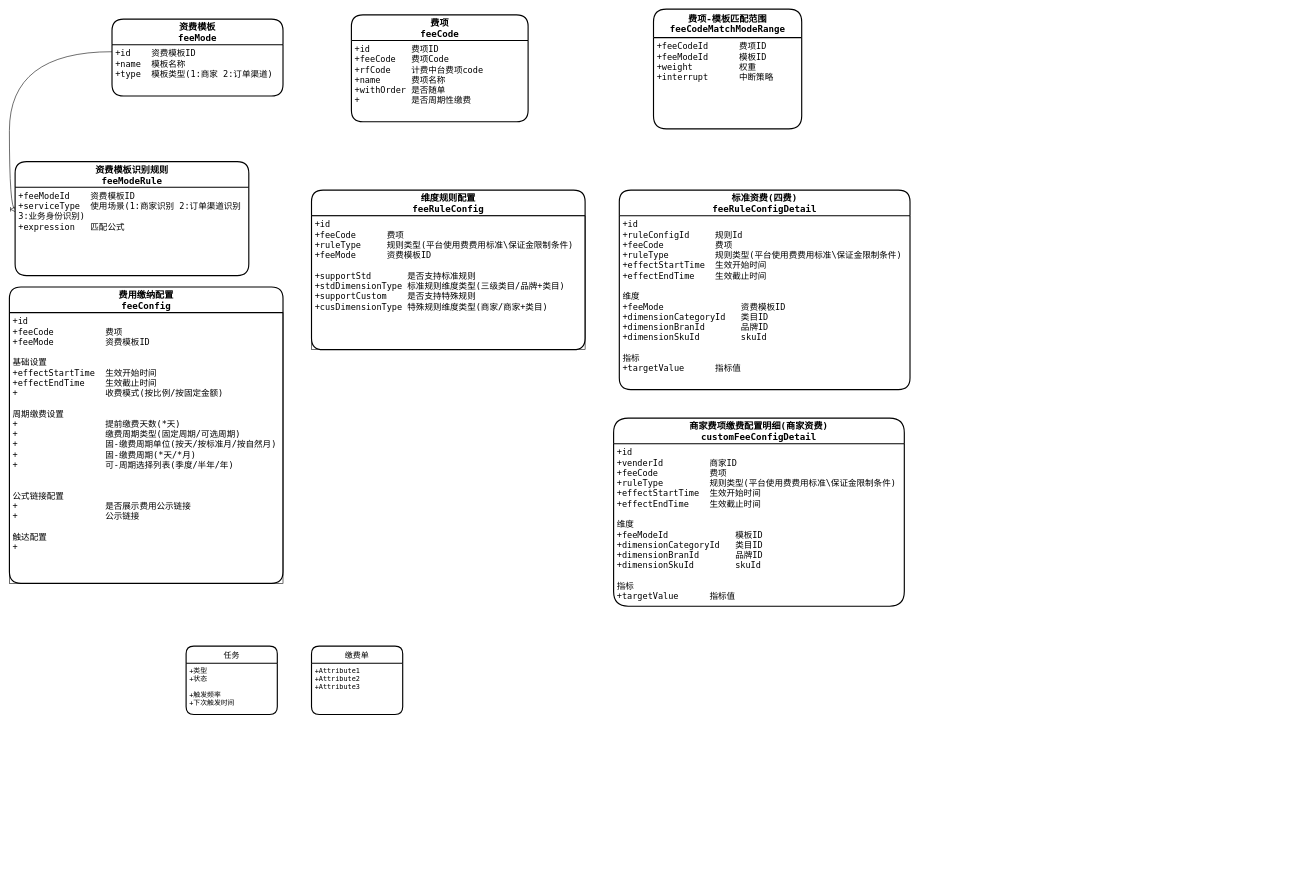
Before: 缴费平台ER图.drawio in RubberBoy/some, a draw.io diagram. Source tidied: cells renumbered, new cells numbered last; positions are measured from the earlier drawing's top-left corner, leaving out a move shared by most shapes. Both pictures are drawn from the tidied source at 57%, with x=0, y=0 at pixel (9, 9).
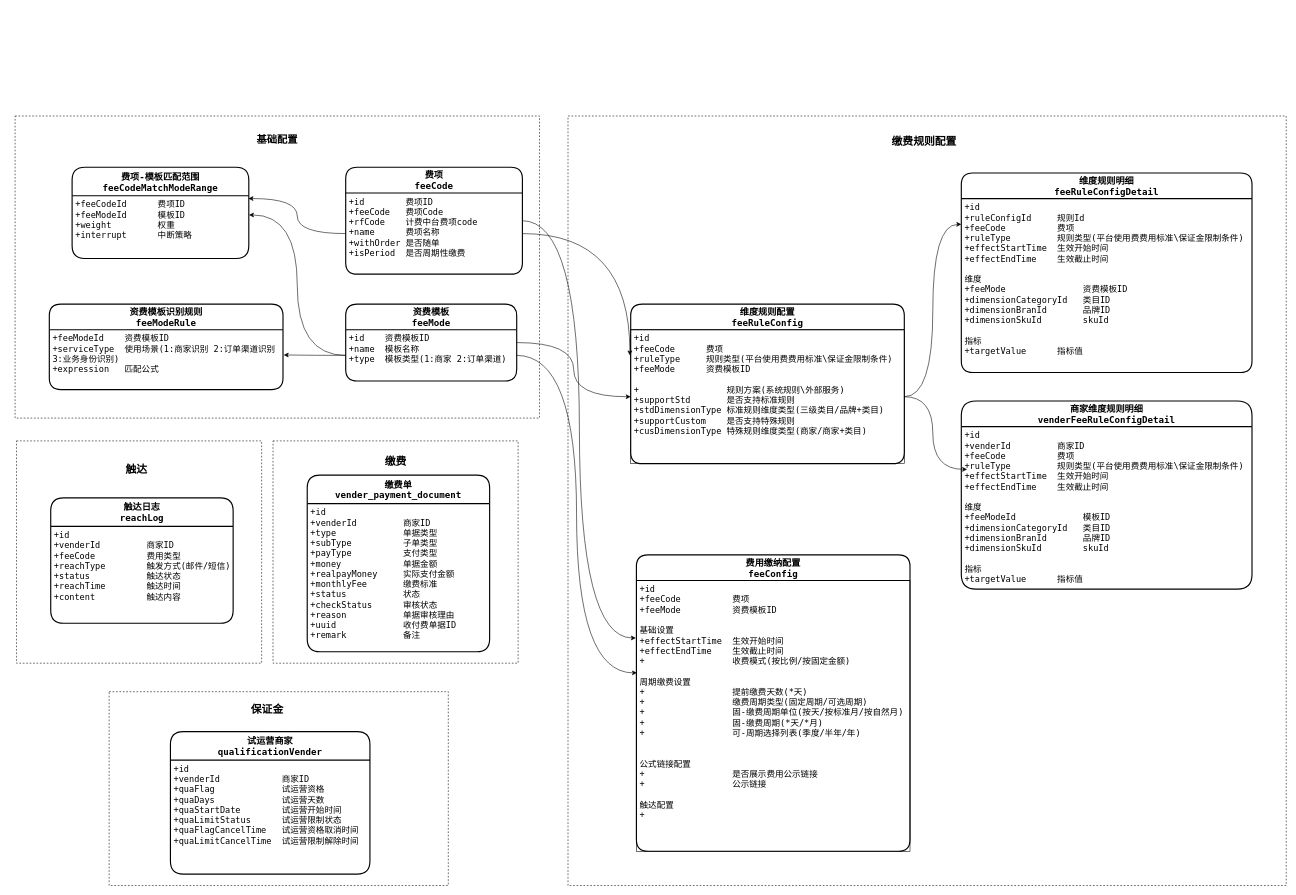
After the change.

Commit message:
更新缴费平台ER图.drawio

Unchanged cells that the change refers to:
```xml
<mxCell id="3" value="+id    资费模板ID&#10;+name  模板名称&#10;+type  模板类型(1:商家 2:订单渠道)" style="align=left;strokeColor=none;fillColor=none;spacingLeft=4;fontSize=15;verticalAlign=top;fontFamily=Menlo;" parent="2" vertex="1">
  <mxGeometry y="45" width="300" height="90" as="geometry" />
</mxCell>
<mxCell id="8" value="+id&#10;+feeCode          费项&#10;+feeMode          资费模板ID&#10;&#10;基础设置&#10;+effectStartTime  生效开始时间&#10;+effectEndTime    生效截止时间&#10;+                 收费模式(按比例/按固定金额)&#10;&#10;周期缴费设置&#10;+                 提前缴费天数(*天)&#10;+                 缴费周期类型(固定周期/可选周期)&#10;+                 固-缴费周期单位(按天/按标准月/按自然月)&#10;+                 固-缴费周期(*天/*月)&#10;+                 可-周期选择列表(季度/半年/年)&#10;&#10;&#10;公式链接配置&#10;+                 是否展示费用公示链接&#10;+                 公示链接&#10;&#10;触达配置&#10;+                 &#10;&#10;&#10;" style="align=left;strokeColor=#000000;fillColor=none;spacingLeft=4;fontSize=15;verticalAlign=top;fontFamily=Menlo;fontColor=#000000;" parent="7" vertex="1">
  <mxGeometry y="45" width="480" height="475" as="geometry" />
</mxCell>
<mxCell id="12" value="+id&#10;+ruleConfigId     规则Id&#10;+feeCode          费项&#10;+ruleType         规则类型(平台使用费费用标准\保证金限制条件)&#10;+effectStartTime  生效开始时间&#10;+effectEndTime    生效截止时间&#10;&#10;维度&#10;+feeMode               资费模板ID&#10;+dimensionCategoryId   类目ID&#10;+dimensionBranId       品牌ID&#10;+dimensionSkuId        skuId&#10;&#10;指标&#10;+targetValue      指标值" style="align=left;strokeColor=none;fillColor=none;spacingLeft=4;fontSize=15;verticalAlign=top;fontFamily=Menlo;" parent="11" vertex="1">
  <mxGeometry y="45" width="510" height="305" as="geometry" />
</mxCell>
<mxCell id="14" value="+id&#10;+venderId         商家ID&#10;+feeCode          费项&#10;+ruleType         规则类型(平台使用费费用标准\保证金限制条件)&#10;+effectStartTime  生效开始时间&#10;+effectEndTime    生效截止时间&#10;&#10;维度&#10;+feeModeId             模板ID&#10;+dimensionCategoryId   类目ID&#10;+dimensionBranId       品牌ID&#10;+dimensionSkuId        skuId&#10;&#10;指标&#10;+targetValue      指标值&#10;" style="align=left;strokeColor=none;fillColor=none;spacingLeft=4;fontSize=15;verticalAlign=top;fontFamily=Menlo;" parent="13" vertex="1">
  <mxGeometry y="45" width="510" height="285" as="geometry" />
</mxCell>
```

What changed in the source:
```diff
@@
+    <mxCell id="23" style="rounded=0;whiteSpace=wrap;html=1;dashed=1;strokeColor=#000000;fontFamily=Menlo;fontSize=16;" parent="1" vertex="1">
+      <mxGeometry x="175" y="1198" width="595" height="340" as="geometry" />
+    </mxCell>
+    <mxCell id="24" style="rounded=0;whiteSpace=wrap;html=1;dashed=1;strokeColor=#000000;fontFamily=Menlo;fontSize=19;" parent="1" vertex="1">
+      <mxGeometry x="462.5" y="758" width="430" height="390" as="geometry" />
+    </mxCell>
+    <mxCell id="25" style="rounded=0;whiteSpace=wrap;html=1;dashed=1;strokeColor=#000000;fontFamily=Menlo;fontSize=18;" parent="1" vertex="1">
+      <mxGeometry x="980" y="188" width="1260" height="1350" as="geometry" />
+    </mxCell>
+    <mxCell id="26" style="rounded=0;whiteSpace=wrap;html=1;strokeColor=#000000;fontFamily=Menlo;fontSize=16;dashed=1;" parent="1" vertex="1">
+      <mxGeometry x="10" y="188" width="920" height="530" as="geometry" />
+    </mxCell>
     <mxCell id="2" value="资费模板&#10;feeMode" style="swimlane;horizontal=1;startSize=45;rounded=1;fontSize=16;fontStyle=1;strokeWidth=2;shadow=0;dashed=0;align=center;fontFamily=Menlo;" parent="1" vertex="1">
-      <mxGeometry x="180" y="18" width="300" height="135" as="geometry" />
+      <mxGeometry x="590" y="518" width="300" height="135" as="geometry" />
     </mxCell>
@@
     <mxCell id="4" value="资费模板识别规则&#10;feeModeRule" style="swimlane;horizontal=1;startSize=45;rounded=1;fontSize=16;fontStyle=1;strokeWidth=2;shadow=0;dashed=0;align=center;fontFamily=Menlo;" parent="1" vertex="1">
-      <mxGeometry x="10" y="268" width="410" height="200" as="geometry" />
+      <mxGeometry x="70" y="518" width="410" height="150" as="geometry" />
     </mxCell>
     <mxCell id="5" value="+feeModeId    资费模板ID&#10;+serviceType  使用场景(1:商家识别 2:订单渠道识别 &#10;3:业务身份识别)&#10;+expression   匹配公式" style="align=left;strokeColor=none;fillColor=none;spacingLeft=4;fontSize=15;verticalAlign=top;fontFamily=Menlo;" parent="4" vertex="1">
-      <mxGeometry y="45" width="410" height="155" as="geometry" />
+      <mxGeometry y="45" width="410" height="105" as="geometry" />
     </mxCell>
-    <mxCell id="6" style="edgeStyle=orthogonalEdgeStyle;fontSize=12;html=1;endArrow=ERoneToMany;rounded=0;fontFamily=Menlo;exitX=0;exitY=0.136;exitDx=0;exitDy=0;exitPerimeter=0;entryX=0;entryY=0.25;entryDx=0;entryDy=0;curved=1;" parent="1" edge="1" source="3" target="5">
-      <mxGeometry relative="1" as="geometry" />
-    </mxCell>
     <mxCell id="7" value="费用缴纳配置&#10;feeConfig" style="swimlane;horizontal=1;startSize=45;rounded=1;fontSize=16;fontStyle=1;strokeWidth=2;shadow=0;dashed=0;align=center;fontFamily=Menlo;strokeColor=#000000;" parent="1" vertex="1">
-      <mxGeometry y="488" width="480" height="520" as="geometry" />
+      <mxGeometry x="1100" y="958" width="480" height="520" as="geometry" />
     </mxCell>
@@
+    <mxCell id="27" style="edgeStyle=orthogonalEdgeStyle;curved=1;rounded=0;jettySize=auto;html=1;exitX=1;exitY=0.5;exitDx=0;exitDy=0;entryX=-0.002;entryY=0.212;entryDx=0;entryDy=0;entryPerimeter=0;fontFamily=Menlo;fontSize=15;" parent="1" edge="1" source="9" target="8">
+      <mxGeometry relative="1" as="geometry" />
+    </mxCell>
     <mxCell id="9" value="费项&#10;feeCode" style="swimlane;horizontal=1;startSize=45;rounded=1;fontSize=16;fontStyle=1;strokeWidth=2;shadow=0;dashed=0;align=center;fontFamily=Menlo;" parent="1" vertex="1">
-      <mxGeometry x="600" y="10.5" width="310" height="187.5" as="geometry" />
+      <mxGeometry x="590" y="278" width="310" height="187.5" as="geometry" />
     </mxCell>
-    <mxCell id="10" value="+id        费项ID&#10;+feeCode   费项Code&#10;+rfCode    计费中台费项code&#10;+name      费项名称&#10;+withOrder 是否随单&#10;+          是否周期性缴费" style="align=left;strokeColor=none;fillColor=none;spacingLeft=4;fontSize=15;verticalAlign=top;fontFamily=Menlo;" parent="9" vertex="1">
+    <mxCell id="10" value="+id        费项ID&#10;+feeCode   费项Code&#10;+rfCode    计费中台费项code&#10;+name      费项名称&#10;+withOrder 是否随单&#10;+isPeriod  是否周期性缴费" style="align=left;strokeColor=none;fillColor=none;spacingLeft=4;fontSize=15;verticalAlign=top;fontFamily=Menlo;" parent="9" vertex="1">
       <mxGeometry y="45" width="310" height="142.5" as="geometry" />
     </mxCell>
-    <mxCell id="11" value="标准资费(四费)&#10;feeRuleConfigDetail" style="swimlane;horizontal=1;startSize=45;rounded=1;fontSize=16;fontStyle=1;strokeWidth=2;shadow=0;dashed=0;align=center;fontFamily=Menlo;" parent="1" vertex="1">
-      <mxGeometry x="1070" y="318" width="510" height="350" as="geometry" />
+    <mxCell id="11" value="维度规则明细&#10;feeRuleConfigDetail" style="swimlane;horizontal=1;startSize=45;rounded=1;fontSize=16;fontStyle=1;strokeWidth=2;shadow=0;dashed=0;align=center;fontFamily=Menlo;" parent="1" vertex="1">
+      <mxGeometry x="1670" y="288" width="510" height="350" as="geometry" />
     </mxCell>
@@
-    <mxCell id="13" value="商家费项缴费配置明细(商家资费)&#10;customFeeConfigDetail" style="swimlane;horizontal=1;startSize=45;rounded=1;fontSize=16;fontStyle=1;strokeWidth=2;shadow=0;dashed=0;align=center;fontFamily=Menlo;arcSize=19;" parent="1" vertex="1">
-      <mxGeometry x="1060" y="718" width="510" height="330" as="geometry" />
+    <mxCell id="13" value="商家维度规则明细&#10;venderFeeRuleConfigDetail" style="swimlane;horizontal=1;startSize=45;rounded=1;fontSize=16;fontStyle=1;strokeWidth=2;shadow=0;dashed=0;align=center;fontFamily=Menlo;arcSize=19;" parent="1" vertex="1">
+      <mxGeometry x="1670" y="688" width="510" height="330" as="geometry" />
     </mxCell>
@@
     <mxCell id="15" value="费项-模板匹配范围&#10;feeCodeMatchModeRange" style="swimlane;horizontal=1;startSize=50;rounded=1;fontSize=16;fontStyle=1;strokeWidth=2;shadow=0;dashed=0;align=center;strokeColor=#000000;fontFamily=Menlo;" parent="1" vertex="1">
-      <mxGeometry x="1130" y="0.5" width="260" height="210" as="geometry" />
+      <mxGeometry x="110" y="278" width="310" height="160" as="geometry" />
     </mxCell>
     <mxCell id="16" value="+feeCodeId      费项ID&#10;+feeModeId      模板ID&#10;+weight         权重&#10;+interrupt      中断策略" style="align=left;strokeColor=none;fillColor=none;spacingLeft=4;fontSize=15;verticalAlign=top;fontFamily=Menlo;" parent="15" vertex="1">
-      <mxGeometry y="50" width="260" height="160" as="geometry" />
+      <mxGeometry y="50" width="310" height="110" as="geometry" />
     </mxCell>
-    <mxCell id="17" value="任务" style="swimlane;horizontal=1;startSize=30;rounded=1;fontSize=14;fontStyle=0;strokeWidth=2;shadow=0;dashed=0;align=center;strokeColor=#000000;fontFamily=Menlo;" parent="1" vertex="1">
-      <mxGeometry x="310" y="1118" width="160" height="120" as="geometry" />
-    </mxCell>
-    <mxCell id="18" value="+类型&#10;+状态&#10;&#10;+触发频率&#10;+下次触发时间" style="align=left;strokeColor=none;fillColor=none;spacingLeft=4;fontSize=12;verticalAlign=top;fontFamily=Menlo;" parent="17" vertex="1">
-      <mxGeometry y="30" width="160" height="90" as="geometry" />
-    </mxCell>
     <mxCell id="19" value="维度规则配置&#10;feeRuleConfig" style="swimlane;horizontal=1;startSize=45;rounded=1;fontSize=16;fontStyle=1;strokeWidth=2;shadow=0;dashed=0;align=center;fontFamily=Menlo;strokeColor=#000000;" parent="1" vertex="1">
-      <mxGeometry x="530" y="318" width="480" height="280" as="geometry" />
+      <mxGeometry x="1090" y="518" width="480" height="280" as="geometry" />
     </mxCell>
-    <mxCell id="20" value="+id&#10;+feeCode      费项&#10;+ruleType     规则类型(平台使用费费用标准\保证金限制条件)&#10;+feeMode      资费模板ID&#10;&#10;+supportStd       是否支持标准规则&#10;+stdDimensionType 标准规则维度类型(三级类目/品牌+类目)&#10;+supportCustom    是否支持特殊规则&#10;+cusDimensionType 特殊规则维度类型(商家/商家+类目)&#10;&#10;&#10;" style="align=left;strokeColor=#000000;fillColor=none;spacingLeft=4;fontSize=15;verticalAlign=top;fontFamily=Menlo;fontColor=#000000;" parent="19" vertex="1">
+    <mxCell id="20" value="+id&#10;+feeCode      费项&#10;+ruleType     规则类型(平台使用费费用标准\保证金限制条件)&#10;+feeMode      资费模板ID&#10;&#10;+                 规则方案(系统规则\外部服务)&#10;+supportStd       是否支持标准规则&#10;+stdDimensionType 标准规则维度类型(三级类目/品牌+类目)&#10;+supportCustom    是否支持特殊规则&#10;+cusDimensionType 特殊规则维度类型(商家/商家+类目)&#10;" style="align=left;strokeColor=#000000;fillColor=none;spacingLeft=4;fontSize=15;verticalAlign=top;fontFamily=Menlo;fontColor=#000000;" parent="19" vertex="1">
       <mxGeometry y="45" width="480" height="235" as="geometry" />
     </mxCell>
-    <mxCell id="21" value="缴费单" style="swimlane;horizontal=1;startSize=30;rounded=1;fontSize=14;fontStyle=0;strokeWidth=2;shadow=0;dashed=0;align=center;strokeColor=#000000;fontFamily=Menlo;" parent="1" vertex="1">
-      <mxGeometry x="530" y="1118" width="160" height="120" as="geometry" />
+    <mxCell id="21" value="缴费单&#10;vender_payment_document" style="swimlane;horizontal=1;startSize=50;rounded=1;fontSize=16;fontStyle=1;strokeWidth=2;shadow=0;dashed=0;align=center;strokeColor=#000000;fontFamily=Menlo;" parent="1" vertex="1">
+      <mxGeometry x="522.5" y="818" width="320" height="310" as="geometry" />
     </mxCell>
-    <mxCell id="22" value="+Attribute1&#10;+Attribute2&#10;+Attribute3" style="align=left;strokeColor=none;fillColor=none;spacingLeft=4;fontSize=12;verticalAlign=top;fontFamily=Menlo;" parent="21" vertex="1">
-      <mxGeometry y="30" width="160" height="90" as="geometry" />
+    <mxCell id="22" value="+id    &#10;+venderId         商家ID&#10;+type             单据类型&#10;+subType          子单类型&#10;+payType          支付类型&#10;+money            单据金额&#10;+realpayMoney     实际支付金额&#10;+monthlyFee       缴费标准&#10;+status           状态&#10;+checkStatus      审核状态&#10;+reason           单据审核理由&#10;+uuid             收付费单据ID&#10;+remark           备注" style="align=left;strokeColor=none;fillColor=none;spacingLeft=4;fontSize=15;verticalAlign=top;fontFamily=Menlo;" parent="21" vertex="1">
+      <mxGeometry y="50" width="320" height="260" as="geometry" />
     </mxCell>
+    <mxCell id="28" value="试运营商家&#10;qualificationVender" style="swimlane;horizontal=1;startSize=50;rounded=1;fontSize=16;fontStyle=1;strokeWidth=2;shadow=0;dashed=0;align=center;strokeColor=#000000;fontFamily=Menlo;" parent="1" vertex="1">
+      <mxGeometry x="282.5" y="1268" width="350" height="250" as="geometry" />
+    </mxCell>
+    <mxCell id="29" value="+id&#10;+venderId            商家ID&#10;+quaFlag             试运营资格&#10;+quaDays             试运营天数&#10;+quaStartDate        试运营开始时间&#10;+quaLimitStatus      试运营限制状态&#10;+quaFlagCancelTime   试运营资格取消时间&#10;+quaLimitCancelTime  试运营限制解除时间" style="align=left;strokeColor=none;fillColor=none;spacingLeft=4;fontSize=15;verticalAlign=top;fontFamily=Menlo;" parent="28" vertex="1">
+      <mxGeometry y="50" width="350" height="200" as="geometry" />
+    </mxCell>
+    <mxCell id="30" style="edgeStyle=orthogonalEdgeStyle;curved=1;rounded=0;jettySize=auto;html=1;entryX=0.998;entryY=0.044;entryDx=0;entryDy=0;entryPerimeter=0;fontFamily=Menlo;fontSize=15;" parent="1" edge="1" source="10" target="16">
+      <mxGeometry relative="1" as="geometry" />
+    </mxCell>
+    <mxCell id="31" style="edgeStyle=orthogonalEdgeStyle;curved=1;rounded=0;jettySize=auto;html=1;entryX=1.001;entryY=0.305;entryDx=0;entryDy=0;entryPerimeter=0;fontFamily=Menlo;fontSize=15;" parent="1" edge="1" source="3" target="16">
+      <mxGeometry relative="1" as="geometry" />
+    </mxCell>
+    <mxCell id="6" style="edgeStyle=orthogonalEdgeStyle;curved=1;rounded=0;jettySize=auto;html=1;entryX=1.003;entryY=0.421;entryDx=0;entryDy=0;entryPerimeter=0;fontFamily=Menlo;fontSize=15;" parent="1" edge="1" source="3" target="5">
+      <mxGeometry relative="1" as="geometry" />
+    </mxCell>
+    <mxCell id="32" style="edgeStyle=orthogonalEdgeStyle;curved=1;rounded=0;jettySize=auto;html=1;entryX=-0.003;entryY=0.192;entryDx=0;entryDy=0;entryPerimeter=0;fontFamily=Menlo;fontSize=15;" parent="1" edge="1" source="10" target="20">
+      <mxGeometry relative="1" as="geometry" />
+    </mxCell>
+    <mxCell id="33" style="edgeStyle=orthogonalEdgeStyle;curved=1;rounded=0;jettySize=auto;html=1;exitX=1;exitY=0.25;exitDx=0;exitDy=0;fontFamily=Menlo;fontSize=15;" parent="1" edge="1" source="3" target="20">
+      <mxGeometry relative="1" as="geometry" />
+    </mxCell>
+    <mxCell id="34" style="edgeStyle=orthogonalEdgeStyle;curved=1;rounded=0;jettySize=auto;html=1;entryX=0;entryY=0.148;entryDx=0;entryDy=0;entryPerimeter=0;fontFamily=Menlo;fontSize=15;" parent="1" edge="1" source="20" target="12">
+      <mxGeometry relative="1" as="geometry" />
+    </mxCell>
+    <mxCell id="35" style="edgeStyle=orthogonalEdgeStyle;curved=1;rounded=0;jettySize=auto;html=1;entryX=0.02;entryY=0.263;entryDx=0;entryDy=0;entryPerimeter=0;fontFamily=Menlo;fontSize=15;" parent="1" edge="1" source="20" target="14">
+      <mxGeometry relative="1" as="geometry" />
+    </mxCell>
+    <mxCell id="36" style="edgeStyle=orthogonalEdgeStyle;curved=1;rounded=0;jettySize=auto;html=1;exitX=1;exitY=0.5;exitDx=0;exitDy=0;entryX=0.002;entryY=0.341;entryDx=0;entryDy=0;entryPerimeter=0;fontFamily=Menlo;fontSize=15;" parent="1" edge="1" source="3" target="8">
+      <mxGeometry relative="1" as="geometry" />
+    </mxCell>
+    <mxCell id="37" value="&lt;b&gt;&lt;font style=&quot;font-size: 18px;&quot;&gt;基础配置&lt;/font&gt;&lt;/b&gt;" style="text;html=1;strokeColor=none;fillColor=none;align=center;verticalAlign=middle;whiteSpace=wrap;rounded=0;dashed=1;fontFamily=Menlo;fontSize=16;" parent="1" vertex="1">
+      <mxGeometry x="405" y="208" width="130" height="40" as="geometry" />
+    </mxCell>
+    <mxCell id="38" value="&lt;b&gt;&lt;font style=&quot;font-size: 19px;&quot;&gt;缴费规则配置&lt;/font&gt;&lt;/b&gt;" style="text;html=1;strokeColor=none;fillColor=none;align=center;verticalAlign=middle;whiteSpace=wrap;rounded=0;dashed=1;fontFamily=Menlo;fontSize=18;" parent="1" vertex="1">
+      <mxGeometry x="1530" y="218" width="150" height="30" as="geometry" />
+    </mxCell>
+    <mxCell id="39" style="rounded=0;whiteSpace=wrap;html=1;dashed=1;strokeColor=#000000;fontFamily=Menlo;fontSize=19;" parent="1" vertex="1">
+      <mxGeometry x="12.5" y="758" width="430" height="390" as="geometry" />
+    </mxCell>
+    <mxCell id="40" value="触达日志&#10;reachLog" style="swimlane;horizontal=1;startSize=50;rounded=1;fontSize=16;fontStyle=1;strokeWidth=2;shadow=0;dashed=0;align=center;strokeColor=#000000;fontFamily=Menlo;" parent="1" vertex="1">
+      <mxGeometry x="72.5" y="858" width="320" height="220" as="geometry" />
+    </mxCell>
+    <mxCell id="41" value="+id    &#10;+venderId         商家ID&#10;+feeCode          费用类型&#10;+reachType        触发方式(邮件/短信)&#10;+status           触达状态&#10;+reachTime        触达时间&#10;+content          触达内容&#10;" style="align=left;strokeColor=none;fillColor=none;spacingLeft=4;fontSize=15;verticalAlign=top;fontFamily=Menlo;" parent="40" vertex="1">
+      <mxGeometry y="50" width="320" height="170" as="geometry" />
+    </mxCell>
+    <mxCell id="42" value="&lt;b&gt;触达&lt;/b&gt;" style="text;html=1;strokeColor=none;fillColor=none;align=center;verticalAlign=middle;whiteSpace=wrap;rounded=0;dashed=1;fontFamily=Menlo;fontSize=19;" parent="1" vertex="1">
+      <mxGeometry x="162.5" y="788" width="120" height="40" as="geometry" />
+    </mxCell>
+    <mxCell id="43" value="&lt;b&gt;缴费&lt;/b&gt;" style="text;html=1;strokeColor=none;fillColor=none;align=center;verticalAlign=middle;whiteSpace=wrap;rounded=0;dashed=1;fontFamily=Menlo;fontSize=19;" parent="1" vertex="1">
+      <mxGeometry x="617.5" y="773" width="120" height="40" as="geometry" />
+    </mxCell>
+    <mxCell id="44" value="&lt;b style=&quot;font-size: 19px;&quot;&gt;&lt;font style=&quot;font-size: 19px;&quot;&gt;保证金&lt;/font&gt;&lt;/b&gt;" style="text;html=1;strokeColor=none;fillColor=none;align=center;verticalAlign=middle;whiteSpace=wrap;rounded=0;dashed=1;fontFamily=Menlo;fontSize=19;" parent="1" vertex="1">
+      <mxGeometry x="405" y="1208" width="95" height="40" as="geometry" />
+    </mxCell>
```
